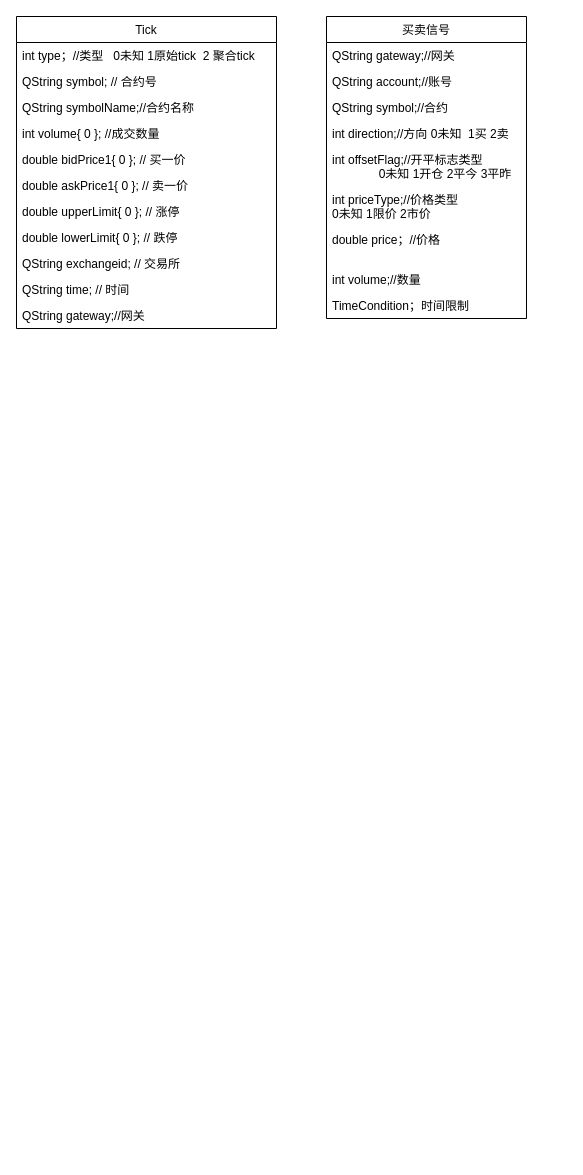
The draw.io diagram 数据结构设计.drawio in githubLogger/ProjectDocument, before the edit. Source tidied: cells renumbered, new cells numbered last; positions are measured from the earlier drawing's top-left corner, leaving out a move shared by most shapes. Both pictures are drawn from the tidied source at 100%, with x=0, y=0 at pixel (16, 16).
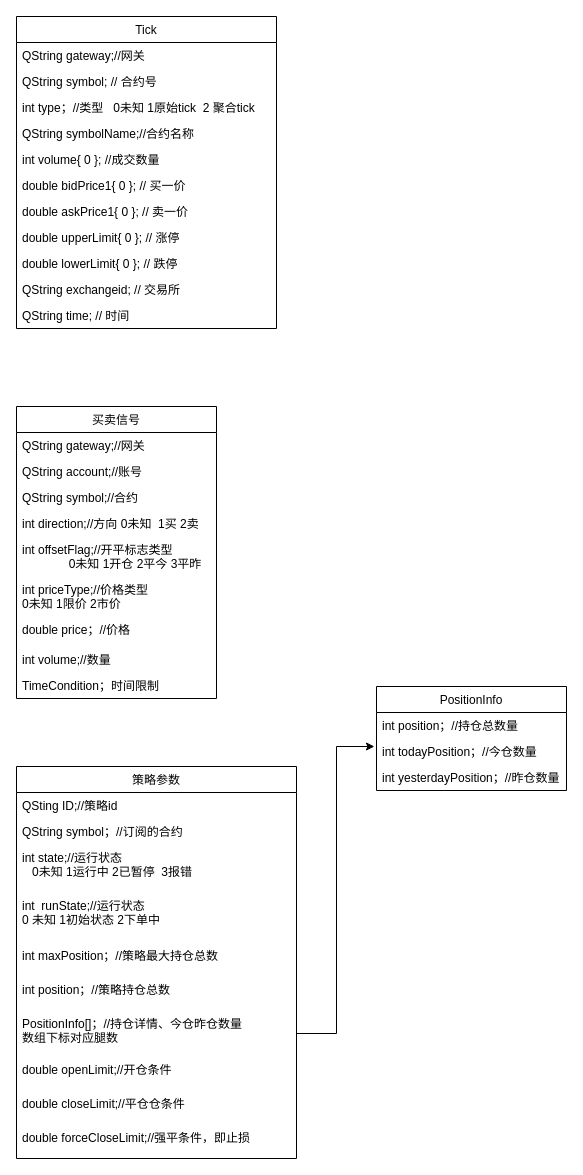
After the change.

The change refers to these unchanged cells:
```xml
<mxCell id="2" value="Tick" style="swimlane;fontStyle=0;horizontal=1;startSize=26;fillColor=none;" parent="1" vertex="1">
  <mxGeometry width="260" height="312" as="geometry" />
</mxCell>
```

The edit, as a diff of the source:
```diff
@@
-    <mxCell id="3" value="int type；//类型   0未知 1原始tick  2 聚合tick" style="text;strokeColor=none;fillColor=none;align=left;verticalAlign=top;spacingLeft=4;spacingRight=4;overflow=hidden;" parent="2" vertex="1">
+    <mxCell id="3" value="QString gateway;//网关" style="text;strokeColor=none;fillColor=none;align=left;verticalAlign=top;spacingLeft=4;spacingRight=4;overflow=hidden;" parent="2" vertex="1">
       <mxGeometry y="26" width="260" height="26" as="geometry" />
     </mxCell>
@@
+    <mxCell id="24" value="int type；//类型   0未知 1原始tick  2 聚合tick" style="text;strokeColor=none;fillColor=none;align=left;verticalAlign=top;spacingLeft=4;spacingRight=4;overflow=hidden;" parent="2" vertex="1">
+      <mxGeometry y="78" width="260" height="26" as="geometry" />
+    </mxCell>
     <mxCell id="5" value="QString symbolName;//合约名称" style="text;strokeColor=none;fillColor=none;align=left;verticalAlign=top;spacingLeft=4;spacingRight=4;overflow=hidden;" parent="2" vertex="1">
-      <mxGeometry y="78" width="260" height="26" as="geometry" />
+      <mxGeometry y="104" width="260" height="26" as="geometry" />
     </mxCell>
     <mxCell id="6" value="int volume{ 0 }; //成交数量" style="text;strokeColor=none;fillColor=none;align=left;verticalAlign=top;spacingLeft=4;spacingRight=4;overflow=hidden;" parent="2" vertex="1">
-      <mxGeometry y="104" width="260" height="26" as="geometry" />
+      <mxGeometry y="130" width="260" height="26" as="geometry" />
     </mxCell>
     <mxCell id="7" value="double bidPrice1{ 0 };    // 买一价" style="text;strokeColor=none;fillColor=none;align=left;verticalAlign=top;spacingLeft=4;spacingRight=4;overflow=hidden;" parent="2" vertex="1">
-      <mxGeometry y="130" width="260" height="26" as="geometry" />
+      <mxGeometry y="156" width="260" height="26" as="geometry" />
     </mxCell>
     <mxCell id="8" value="double askPrice1{ 0 };    // 卖一价" style="text;strokeColor=none;fillColor=none;align=left;verticalAlign=top;spacingLeft=4;spacingRight=4;overflow=hidden;" parent="2" vertex="1">
-      <mxGeometry y="156" width="260" height="26" as="geometry" />
+      <mxGeometry y="182" width="260" height="26" as="geometry" />
     </mxCell>
     <mxCell id="9" value="double upperLimit{ 0 };   // 涨停" style="text;strokeColor=none;fillColor=none;align=left;verticalAlign=top;spacingLeft=4;spacingRight=4;overflow=hidden;" parent="2" vertex="1">
-      <mxGeometry y="182" width="260" height="26" as="geometry" />
+      <mxGeometry y="208" width="260" height="26" as="geometry" />
     </mxCell>
     <mxCell id="10" value="double lowerLimit{ 0 };   // 跌停" style="text;strokeColor=none;fillColor=none;align=left;verticalAlign=top;spacingLeft=4;spacingRight=4;overflow=hidden;" parent="2" vertex="1">
-      <mxGeometry y="208" width="260" height="26" as="geometry" />
+      <mxGeometry y="234" width="260" height="26" as="geometry" />
     </mxCell>
     <mxCell id="11" value="QString exchangeid;  // 交易所" style="text;strokeColor=none;fillColor=none;align=left;verticalAlign=top;spacingLeft=4;spacingRight=4;overflow=hidden;fontStyle=0;" parent="2" vertex="1">
-      <mxGeometry y="234" width="260" height="26" as="geometry" />
+      <mxGeometry y="260" width="260" height="26" as="geometry" />
     </mxCell>
     <mxCell id="12" value=" QString time;    // 时间" style="text;strokeColor=none;fillColor=none;align=left;verticalAlign=top;spacingLeft=4;spacingRight=4;overflow=hidden;fontStyle=0;" parent="2" vertex="1">
-      <mxGeometry y="260" width="260" height="26" as="geometry" />
+      <mxGeometry y="286" width="260" height="26" as="geometry" />
     </mxCell>
-    <mxCell id="13" value="QString gateway;//网关" style="text;strokeColor=none;fillColor=none;align=left;verticalAlign=top;spacingLeft=4;spacingRight=4;overflow=hidden;fontStyle=0;" parent="2" vertex="1">
-      <mxGeometry y="286" width="260" height="26" as="geometry" />
-    </mxCell>
     <mxCell id="14" value="买卖信号" style="swimlane;fontStyle=0;horizontal=1;startSize=26;fillColor=none;" parent="1" vertex="1">
-      <mxGeometry x="310" width="200" height="302" as="geometry" />
+      <mxGeometry y="390" width="200" height="292" as="geometry" />
     </mxCell>
@@
     <mxCell id="21" value="double price；//价格" style="text;strokeColor=none;fillColor=none;align=left;verticalAlign=top;spacingLeft=4;spacingRight=4;overflow=hidden;" parent="14" vertex="1">
-      <mxGeometry y="210" width="200" height="40" as="geometry" />
+      <mxGeometry y="210" width="200" height="30" as="geometry" />
     </mxCell>
     <mxCell id="22" value="int volume;//数量" style="text;strokeColor=none;fillColor=none;align=left;verticalAlign=top;spacingLeft=4;spacingRight=4;overflow=hidden;" parent="14" vertex="1">
-      <mxGeometry y="250" width="200" height="26" as="geometry" />
+      <mxGeometry y="240" width="200" height="26" as="geometry" />
     </mxCell>
     <mxCell id="23" value="TimeCondition；时间限制" style="text;strokeColor=none;fillColor=none;align=left;verticalAlign=top;spacingLeft=4;spacingRight=4;overflow=hidden;" parent="14" vertex="1">
-      <mxGeometry y="276" width="200" height="26" as="geometry" />
+      <mxGeometry y="266" width="200" height="26" as="geometry" />
     </mxCell>
+    <mxCell id="25" value="策略参数" style="swimlane;fontStyle=0;horizontal=1;startSize=26;fillColor=none;" parent="1" vertex="1">
+      <mxGeometry y="750" width="280" height="392" as="geometry" />
+    </mxCell>
+    <mxCell id="26" value="QSting ID;//策略id" style="text;strokeColor=none;fillColor=none;align=left;verticalAlign=top;spacingLeft=4;spacingRight=4;overflow=hidden;" parent="25" vertex="1">
+      <mxGeometry y="26" width="280" height="26" as="geometry" />
+    </mxCell>
+    <mxCell id="27" value="QString symbol；//订阅的合约" style="text;strokeColor=none;fillColor=none;align=left;verticalAlign=top;spacingLeft=4;spacingRight=4;overflow=hidden;" parent="25" vertex="1">
+      <mxGeometry y="52" width="280" height="26" as="geometry" />
+    </mxCell>
+    <mxCell id="28" value="int state;//运行状态&#10;   0未知 1运行中 2已暂停  3报错" style="text;strokeColor=none;fillColor=none;align=left;verticalAlign=top;spacingLeft=4;spacingRight=4;overflow=hidden;" parent="25" vertex="1">
+      <mxGeometry y="78" width="280" height="48" as="geometry" />
+    </mxCell>
+    <mxCell id="29" value="int  runState;//运行状态&#10;0 未知 1初始状态 2下单中" style="text;strokeColor=none;fillColor=none;align=left;verticalAlign=top;spacingLeft=4;spacingRight=4;overflow=hidden;" parent="25" vertex="1">
+      <mxGeometry y="126" width="280" height="50" as="geometry" />
+    </mxCell>
+    <mxCell id="30" value="int maxPosition；//策略最大持仓总数" style="text;strokeColor=none;fillColor=none;align=left;verticalAlign=top;spacingLeft=4;spacingRight=4;overflow=hidden;" parent="25" vertex="1">
+      <mxGeometry y="176" width="280" height="34" as="geometry" />
+    </mxCell>
+    <mxCell id="31" value="int position；//策略持仓总数" style="text;strokeColor=none;fillColor=none;align=left;verticalAlign=top;spacingLeft=4;spacingRight=4;overflow=hidden;" parent="25" vertex="1">
+      <mxGeometry y="210" width="280" height="34" as="geometry" />
+    </mxCell>
+    <mxCell id="32" value="PositionInfo[]；//持仓详情、今仓昨仓数量&#10;数组下标对应腿数" style="text;strokeColor=none;fillColor=none;align=left;verticalAlign=top;spacingLeft=4;spacingRight=4;overflow=hidden;points=[[0,0.5],[1,0.5]];portConstraint=eastwest;" parent="25" vertex="1">
+      <mxGeometry y="244" width="280" height="46" as="geometry" />
+    </mxCell>
+    <mxCell id="33" value="double openLimit;//开仓条件" style="text;strokeColor=none;fillColor=none;align=left;verticalAlign=top;spacingLeft=4;spacingRight=4;overflow=hidden;" parent="25" vertex="1">
+      <mxGeometry y="290" width="280" height="34" as="geometry" />
+    </mxCell>
+    <mxCell id="34" value="double closeLimit;//平仓仓条件" style="text;strokeColor=none;fillColor=none;align=left;verticalAlign=top;spacingLeft=4;spacingRight=4;overflow=hidden;" parent="25" vertex="1">
+      <mxGeometry y="324" width="280" height="34" as="geometry" />
+    </mxCell>
+    <mxCell id="35" value="double forceCloseLimit;//强平条件，即止损" style="text;strokeColor=none;fillColor=none;align=left;verticalAlign=top;spacingLeft=4;spacingRight=4;overflow=hidden;" parent="25" vertex="1">
+      <mxGeometry y="358" width="280" height="34" as="geometry" />
+    </mxCell>
+    <mxCell id="36" value="PositionInfo" style="swimlane;fontStyle=0;horizontal=1;startSize=26;fillColor=none;" parent="1" vertex="1">
+      <mxGeometry x="360" y="670" width="190" height="104" as="geometry" />
+    </mxCell>
+    <mxCell id="37" value="int position；//持仓总数量" style="text;strokeColor=none;fillColor=none;align=left;verticalAlign=top;spacingLeft=4;spacingRight=4;overflow=hidden;" parent="36" vertex="1">
+      <mxGeometry y="26" width="190" height="26" as="geometry" />
+    </mxCell>
+    <mxCell id="38" value="int todayPosition；//今仓数量" style="text;strokeColor=none;fillColor=none;align=left;verticalAlign=top;spacingLeft=4;spacingRight=4;overflow=hidden;points=[[0,0.5],[1,0.5]];portConstraint=eastwest;" parent="36" vertex="1">
+      <mxGeometry y="52" width="190" height="26" as="geometry" />
+    </mxCell>
+    <mxCell id="39" value="int yesterdayPosition；//昨仓数量" style="text;strokeColor=none;fillColor=none;align=left;verticalAlign=top;spacingLeft=4;spacingRight=4;overflow=hidden;" parent="36" vertex="1">
+      <mxGeometry y="78" width="190" height="26" as="geometry" />
+    </mxCell>
+    <mxCell id="40" style="edgeStyle=orthogonalEdgeStyle;rounded=0;jettySize=auto;html=1;entryX=-0.011;entryY=0.308;entryDx=0;entryDy=0;entryPerimeter=0;" parent="1" edge="1" source="32" target="38">
+      <mxGeometry relative="1" as="geometry" />
+    </mxCell>
```
